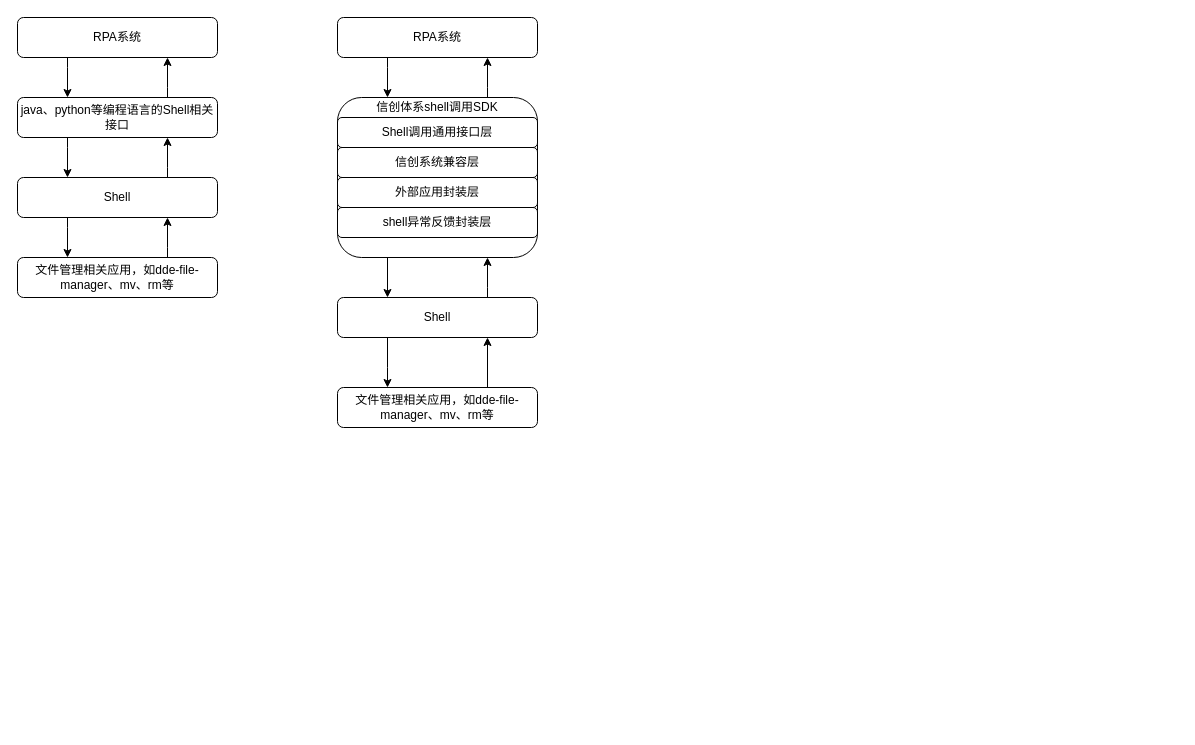
This is 【专利图】信创文件管理.drawio from ColonelDarcy2018/excelsior, a draw.io file, before an edit. Source tidied: cells renumbered, new cells numbered last; positions are measured from the earlier drawing's top-left corner, leaving out a move shared by most shapes. Both pictures are drawn from the tidied source at 100%, with x=0, y=0 at pixel (17, 17).
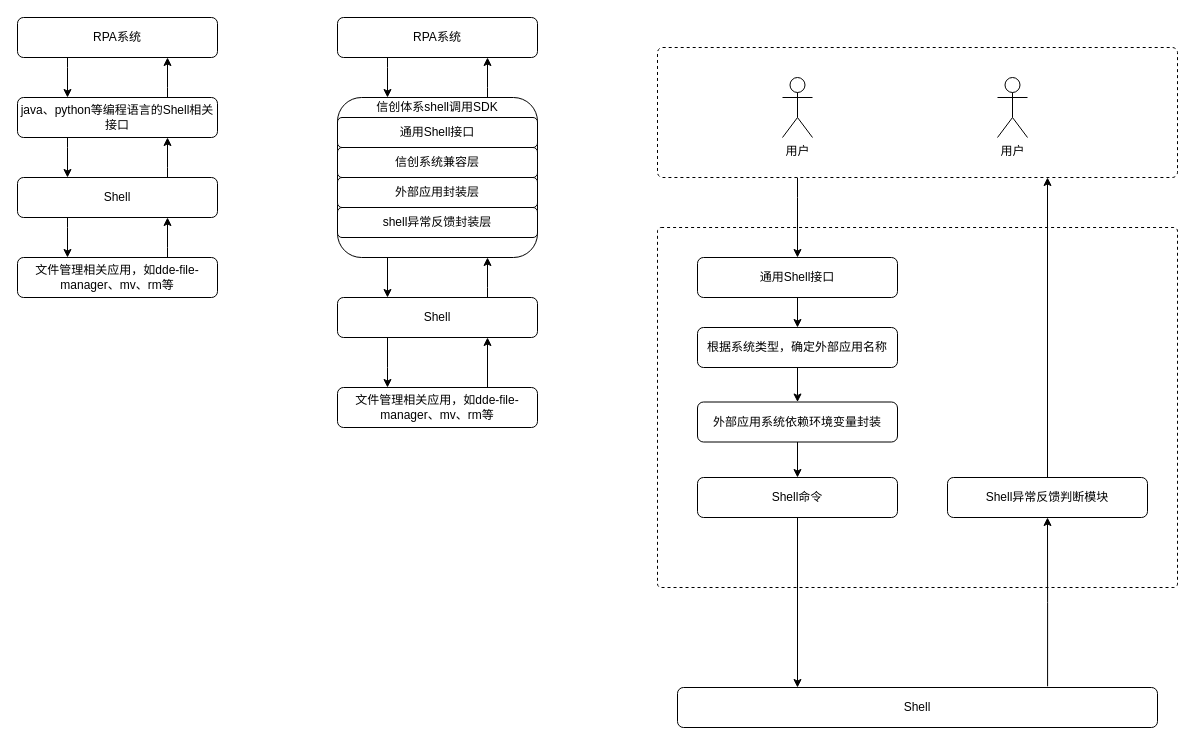
The same page after the edit.

Commit message:
更新【专利图】信创文件管理.drawio

The edit, as a diff of the source:
```diff
@@
+    <mxCell id="27" style="rounded=1;whiteSpace=wrap;html=1;dashed=1;arcSize=1;" parent="1" vertex="1">
+      <mxGeometry x="640" y="210" width="520" height="360" as="geometry" />
+    </mxCell>
+    <mxCell id="28" style="edgeStyle=orthogonalEdgeStyle;rounded=0;jettySize=auto;html=1;entryX=0.5;entryY=0;entryDx=0;entryDy=0;" parent="1" edge="1" source="29" target="31">
+      <mxGeometry relative="1" as="geometry">
+        <Array as="points">
+          <mxPoint x="780" y="180" />
+          <mxPoint x="780" y="180" />
+        </Array>
+      </mxGeometry>
+    </mxCell>
+    <mxCell id="29" style="rounded=1;whiteSpace=wrap;html=1;dashed=1;arcSize=4;" parent="1" vertex="1">
+      <mxGeometry x="640" y="30" width="520" height="130" as="geometry" />
+    </mxCell>
@@
-    <mxCell id="22" value="Shell调用通用接口层" style="rounded=1;whiteSpace=wrap;html=1;" parent="1" vertex="1">
+    <mxCell id="22" value="通用Shell接口" style="rounded=1;whiteSpace=wrap;html=1;" parent="1" vertex="1">
       <mxGeometry x="320" y="100" width="200" height="30" as="geometry" />
     </mxCell>
@@
+    <mxCell id="30" style="edgeStyle=orthogonalEdgeStyle;rounded=0;jettySize=auto;html=1;entryX=0.5;entryY=0;entryDx=0;entryDy=0;" parent="1" edge="1" source="31" target="38">
+      <mxGeometry relative="1" as="geometry" />
+    </mxCell>
+    <mxCell id="31" value="通用Shell接口" style="rounded=1;whiteSpace=wrap;html=1;" parent="1" vertex="1">
+      <mxGeometry x="680" y="240" width="200" height="40" as="geometry" />
+    </mxCell>
+    <mxCell id="32" value="用户&lt;br&gt;" style="shape=umlActor;verticalLabelPosition=bottom;verticalAlign=top;html=1;" parent="1" vertex="1">
+      <mxGeometry x="765" y="60" width="30" height="60" as="geometry" />
+    </mxCell>
+    <mxCell id="33" style="edgeStyle=orthogonalEdgeStyle;rounded=0;jettySize=auto;html=1;entryX=0.5;entryY=1;entryDx=0;entryDy=0;exitX=0.771;exitY=-0.03;exitDx=0;exitDy=0;exitPerimeter=0;" parent="1" edge="1" source="34" target="36">
+      <mxGeometry relative="1" as="geometry" />
+    </mxCell>
+    <mxCell id="34" value="Shell" style="rounded=1;whiteSpace=wrap;html=1;" parent="1" vertex="1">
+      <mxGeometry x="660" y="670" width="480" height="40" as="geometry" />
+    </mxCell>
+    <mxCell id="35" style="edgeStyle=orthogonalEdgeStyle;rounded=0;jettySize=auto;html=1;entryX=0.75;entryY=1;entryDx=0;entryDy=0;" parent="1" edge="1" source="36" target="29">
+      <mxGeometry relative="1" as="geometry" />
+    </mxCell>
+    <mxCell id="36" value="Shell异常反馈判断模块" style="rounded=1;whiteSpace=wrap;html=1;" parent="1" vertex="1">
+      <mxGeometry x="930" y="460" width="200" height="40" as="geometry" />
+    </mxCell>
+    <mxCell id="37" style="edgeStyle=orthogonalEdgeStyle;rounded=0;jettySize=auto;html=1;" parent="1" edge="1" source="38" target="40">
+      <mxGeometry relative="1" as="geometry">
+        <Array as="points">
+          <mxPoint x="780" y="390" />
+          <mxPoint x="780" y="390" />
+        </Array>
+      </mxGeometry>
+    </mxCell>
+    <mxCell id="38" value="根据系统类型，确定外部应用名称" style="rounded=1;whiteSpace=wrap;html=1;" parent="1" vertex="1">
+      <mxGeometry x="680" y="310" width="200" height="40" as="geometry" />
+    </mxCell>
+    <mxCell id="39" style="edgeStyle=orthogonalEdgeStyle;rounded=0;jettySize=auto;html=1;" parent="1" edge="1" source="40" target="42">
+      <mxGeometry relative="1" as="geometry" />
+    </mxCell>
+    <mxCell id="40" value="外部应用系统依赖环境变量封装" style="rounded=1;whiteSpace=wrap;html=1;" parent="1" vertex="1">
+      <mxGeometry x="680" y="384.5" width="200" height="40" as="geometry" />
+    </mxCell>
+    <mxCell id="41" style="edgeStyle=orthogonalEdgeStyle;rounded=0;jettySize=auto;html=1;entryX=0.25;entryY=0;entryDx=0;entryDy=0;" parent="1" edge="1" source="42" target="34">
+      <mxGeometry relative="1" as="geometry" />
+    </mxCell>
+    <mxCell id="42" value="Shell命令" style="rounded=1;whiteSpace=wrap;html=1;" parent="1" vertex="1">
+      <mxGeometry x="680" y="460" width="200" height="40" as="geometry" />
+    </mxCell>
+    <mxCell id="43" value="用户&lt;br&gt;" style="shape=umlActor;verticalLabelPosition=bottom;verticalAlign=top;html=1;" parent="1" vertex="1">
+      <mxGeometry x="980" y="60" width="30" height="60" as="geometry" />
+    </mxCell>
```
